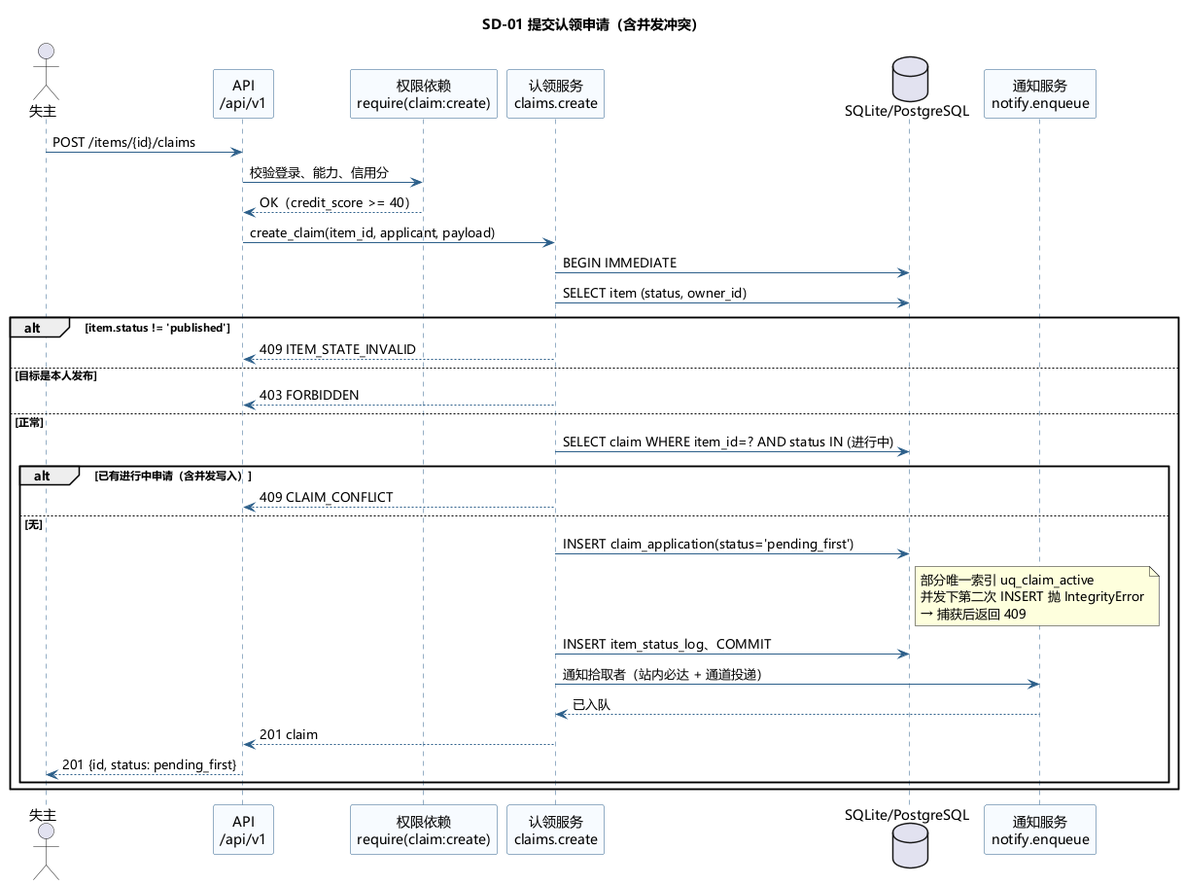
Above: docs/assets/sd01-submit-claim.png in phao90016-jpg/Tongji-campus-lost-found (PlantUML), before the change. Its diagram source:
```plantuml
@startuml sd01-submit-claim
title SD-01 提交认领申请（含并发冲突）

skinparam defaultFontName "Microsoft YaHei"
skinparam shadowing false
skinparam sequence {
  ArrowColor #2C5F8A
  LifeLineBorderColor #2C5F8A
  ParticipantBackgroundColor #F7FBFF
  ParticipantBorderColor #2C5F8A
}

actor "失主" as U
participant "API\n/api/v1" as API
participant "权限依赖\nrequire(claim:create)" as AUTH
participant "认领服务\nclaims.create" as SVC
database "SQLite/PostgreSQL" as DB
participant "通知服务\nnotify.enqueue" as NOTIFY

U -> API : POST /items/{id}/claims
API -> AUTH : 校验登录、能力、信用分
AUTH --> API : OK（credit_score >= 40）
API -> SVC : create_claim(item_id, applicant, payload)

SVC -> DB : BEGIN IMMEDIATE
SVC -> DB : SELECT item (status, owner_id)
alt item.status != 'published'
  SVC --> API : 409 ITEM_STATE_INVALID
else 目标是本人发布
  SVC --> API : 403 FORBIDDEN
else 正常
  SVC -> DB : SELECT claim WHERE item_id=? AND status IN (进行中)
  alt 已有进行中申请（含并发写入）
    SVC --> API : 409 CLAIM_CONFLICT
  else 无
    SVC -> DB : INSERT claim_application(status='pending_first')
    Note right of DB
      部分唯一索引 uq_claim_active
      并发下第二次 INSERT 抛 IntegrityError
      → 捕获后返回 409
    end note
    SVC -> DB : INSERT item_status_log、COMMIT
    SVC -> NOTIFY : 通知拾取者（站内必达 + 通道投递）
    NOTIFY --> SVC : 已入队
    SVC --> API : 201 claim
    API --> U : 201 {id, status: pending_first}
  end
end

@enduml
```
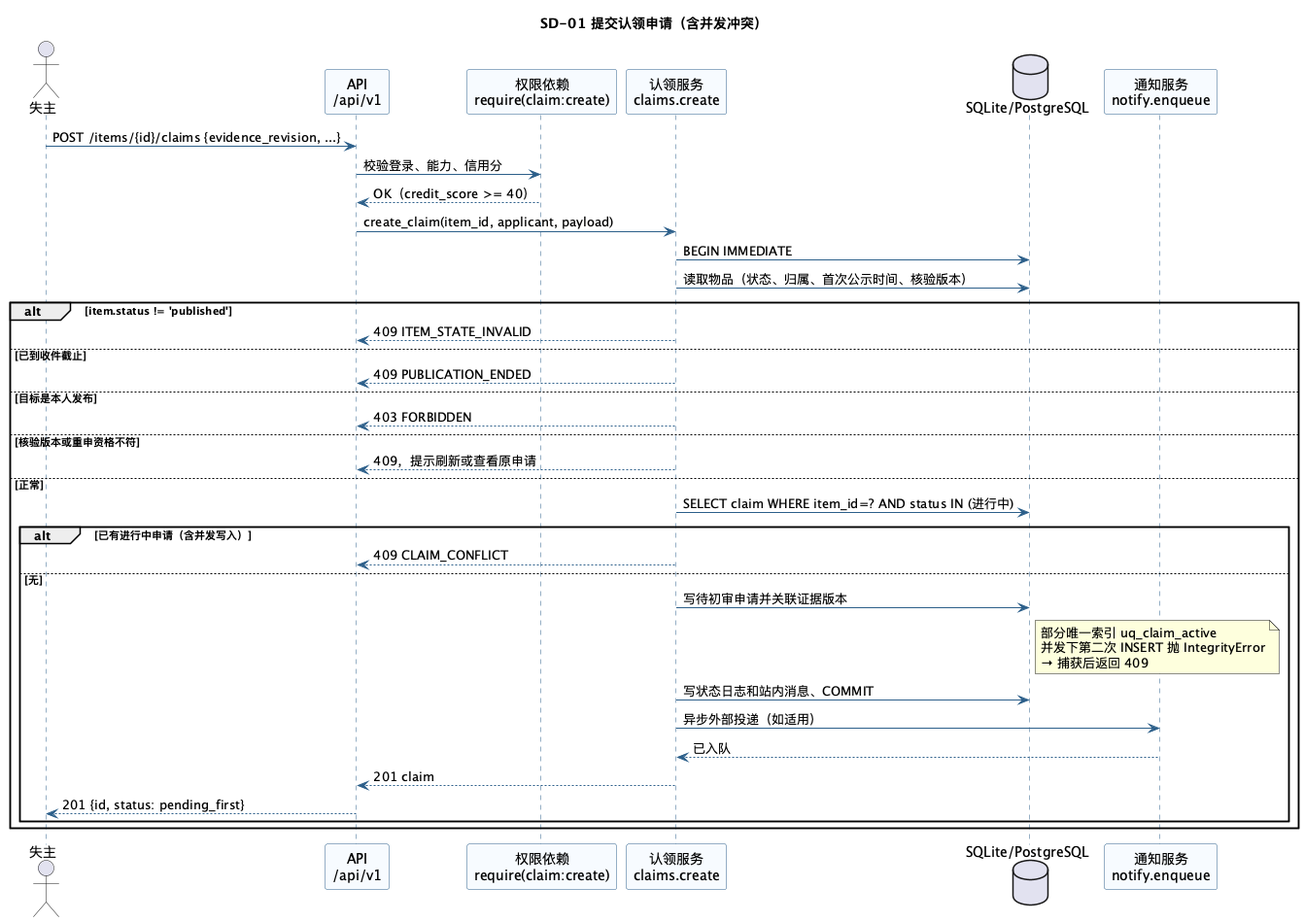
The same diagram one commit later.

What changed in the source:
```diff
@@ -1,4 +1,5 @@
 @startuml sd01-submit-claim
+!pragma layout smetana
 title SD-01 提交认领申请（含并发冲突）
 
 skinparam defaultFontName "Microsoft YaHei"
@@ -17,30 +18,34 @@
 database "SQLite/PostgreSQL" as DB
 participant "通知服务\nnotify.enqueue" as NOTIFY
 
-U -> API : POST /items/{id}/claims
+U -> API : POST /items/{id}/claims {evidence_revision, ...}
 API -> AUTH : 校验登录、能力、信用分
 AUTH --> API : OK（credit_score >= 40）
 API -> SVC : create_claim(item_id, applicant, payload)
 
 SVC -> DB : BEGIN IMMEDIATE
-SVC -> DB : SELECT item (status, owner_id)
+SVC -> DB : 读取物品（状态、归属、首次公示时间、核验版本）
 alt item.status != 'published'
   SVC --> API : 409 ITEM_STATE_INVALID
+else 已到收件截止
+  SVC --> API : 409 PUBLICATION_ENDED
 else 目标是本人发布
   SVC --> API : 403 FORBIDDEN
+else 核验版本或重申资格不符
+  SVC --> API : 409，提示刷新或查看原申请
 else 正常
   SVC -> DB : SELECT claim WHERE item_id=? AND status IN (进行中)
   alt 已有进行中申请（含并发写入）
     SVC --> API : 409 CLAIM_CONFLICT
   else 无
-    SVC -> DB : INSERT claim_application(status='pending_first')
+    SVC -> DB : 写待初审申请并关联证据版本
     Note right of DB
       部分唯一索引 uq_claim_active
       并发下第二次 INSERT 抛 IntegrityError
       → 捕获后返回 409
     end note
-    SVC -> DB : INSERT item_status_log、COMMIT
-    SVC -> NOTIFY : 通知拾取者（站内必达 + 通道投递）
+    SVC -> DB : 写状态日志和站内消息、COMMIT
+    SVC -> NOTIFY : 异步外部投递（如适用）
     NOTIFY --> SVC : 已入队
     SVC --> API : 201 claim
     API --> U : 201 {id, status: pending_first}
```
